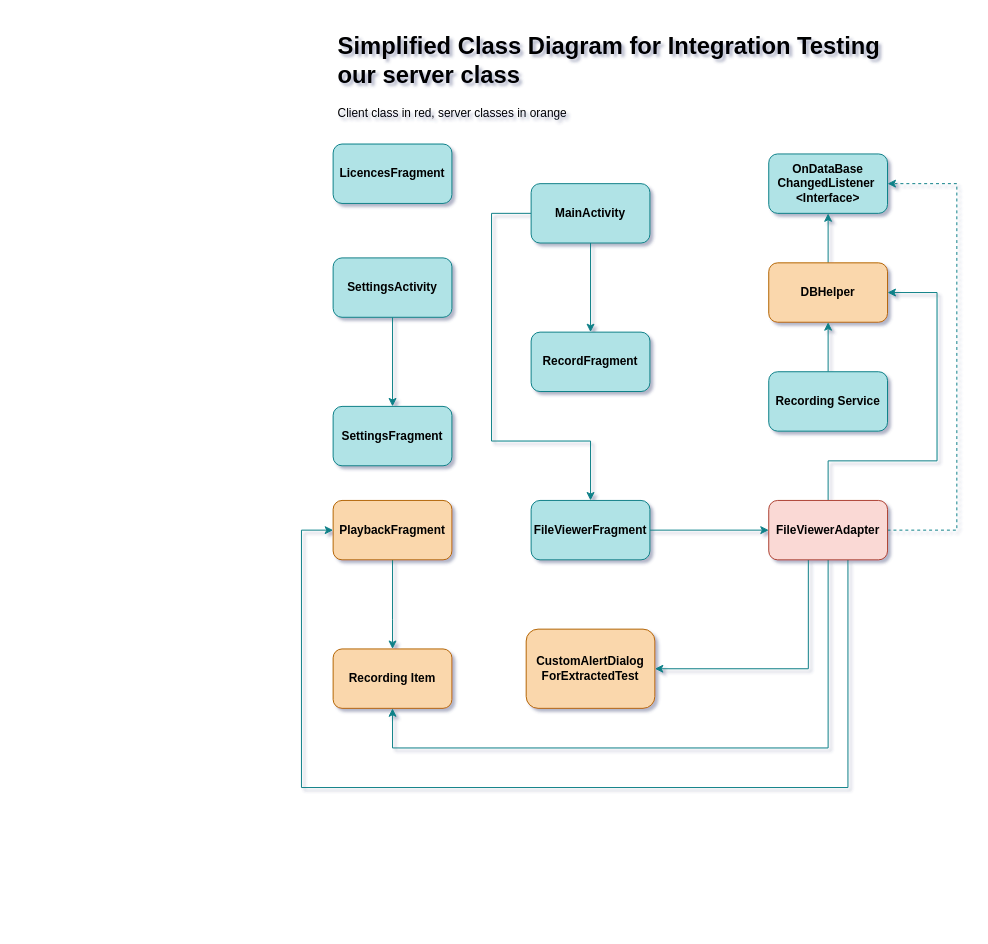
Above: page "Simplified Class Diagram" (1 of 4) of documentation/SimplifiedClassDiagram.drawio in dkim0419/SoundRecorder (draw.io), before the change. Source tidied: cells renumbered, new cells numbered last; positions are measured from the earlier drawing's top-left corner, leaving out a move shared by most shapes. Both pictures are drawn from the tidied source at 99%, with x=0, y=0 at pixel (301, 27).
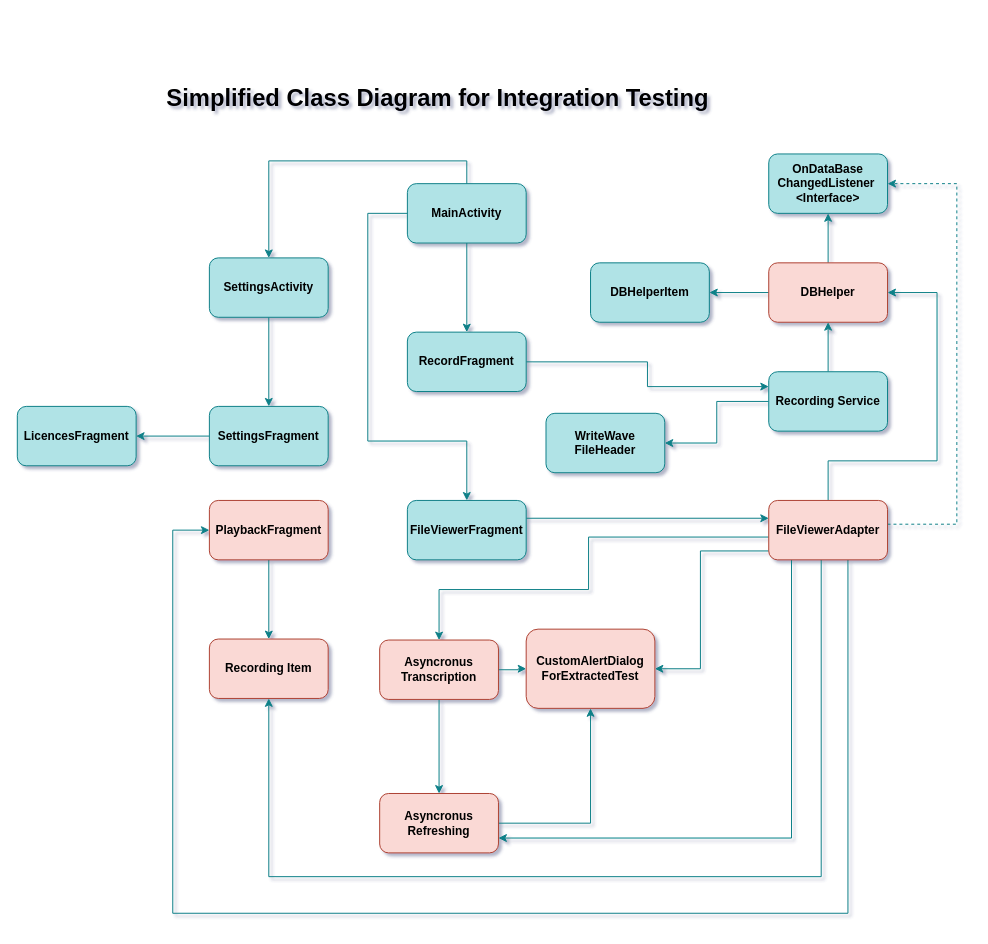
The same diagram, later.

The change refers to these unchanged cells:
```xml
<mxCell id="8" value="FileViewerAdapter" style="rounded=1;whiteSpace=wrap;html=1;fillColor=#fad9d5;strokeColor=#ae4132;fontStyle=1;shadow=0;" parent="1" vertex="1">
  <mxGeometry x="472" y="478" width="120" height="60" as="geometry" />
</mxCell>
<mxCell id="13" value="Recording Service" style="rounded=1;whiteSpace=wrap;html=1;fillColor=#b0e3e6;strokeColor=#0e8088;fontStyle=1;shadow=0;" parent="1" vertex="1">
  <mxGeometry x="472" y="348" width="120" height="60" as="geometry" />
</mxCell>
<mxCell id="20" value="OnDataBase&lt;br&gt;ChangedListener&amp;nbsp;&lt;br&gt;&amp;lt;Interface&amp;gt;" style="rounded=1;whiteSpace=wrap;html=1;fillColor=#b0e3e6;strokeColor=#0e8088;fontStyle=1;shadow=0;" parent="1" vertex="1">
  <mxGeometry x="472" y="128" width="120" height="60" as="geometry" />
</mxCell>
```

Diff of the diagram source:
```diff
@@
-    <mxCell id="2" value="Recording Item" style="rounded=1;whiteSpace=wrap;html=1;fillColor=#fad7ac;strokeColor=#b46504;fontStyle=1;shadow=0;" parent="1" vertex="1">
-      <mxGeometry x="32" y="628" width="120" height="60" as="geometry" />
+    <mxCell id="2" value="Recording Item" style="rounded=1;whiteSpace=wrap;html=1;fillColor=#fad9d5;strokeColor=#ae4132;fontStyle=1;shadow=0;" parent="1" vertex="1">
+      <mxGeometry x="-93" y="618" width="120" height="60" as="geometry" />
     </mxCell>
@@
     <mxCell id="4" style="edgeStyle=orthogonalEdgeStyle;rounded=0;jettySize=auto;html=1;entryX=1;entryY=0.5;entryDx=0;entryDy=0;fillColor=#b0e3e6;strokeColor=#0e8088;shadow=0;" parent="1" edge="1" source="8" target="11">
       <mxGeometry relative="1" as="geometry">
         <Array as="points">
-          <mxPoint x="512" y="648" />
+          <mxPoint x="403" y="529" />
+          <mxPoint x="403" y="648" />
         </Array>
       </mxGeometry>
     </mxCell>
     <mxCell id="5" style="edgeStyle=orthogonalEdgeStyle;rounded=0;jettySize=auto;html=1;fillColor=#b0e3e6;strokeColor=#0e8088;shadow=0;" parent="1" edge="1" source="8" target="2">
       <mxGeometry relative="1" as="geometry">
         <Array as="points">
-          <mxPoint x="532" y="728" />
-          <mxPoint x="92" y="728" />
+          <mxPoint x="525" y="858" />
+          <mxPoint x="-33" y="858" />
         </Array>
       </mxGeometry>
     </mxCell>
     <mxCell id="6" style="edgeStyle=orthogonalEdgeStyle;rounded=0;jettySize=auto;html=1;fillColor=#b0e3e6;strokeColor=#0e8088;shadow=0;" parent="1" edge="1" source="8" target="17">
       <mxGeometry relative="1" as="geometry">
         <Array as="points">
-          <mxPoint x="552" y="768" />
-          <mxPoint y="768" />
-          <mxPoint y="508" />
+          <mxPoint x="552" y="895" />
+          <mxPoint x="-130" y="895" />
+          <mxPoint x="-130" y="508" />
         </Array>
       </mxGeometry>
     </mxCell>
     <mxCell id="7" style="edgeStyle=orthogonalEdgeStyle;rounded=0;jettySize=auto;html=1;dashed=1;fillColor=#b0e3e6;strokeColor=#0e8088;shadow=0;" parent="1" edge="1" source="8" target="20">
       <mxGeometry relative="1" as="geometry">
         <Array as="points">
-          <mxPoint x="662" y="508" />
+          <mxPoint x="662" y="502" />
           <mxPoint x="662" y="158" />
         </Array>
       </mxGeometry>
     </mxCell>
+    <mxCell id="28" style="edgeStyle=orthogonalEdgeStyle;rounded=0;jettySize=auto;html=1;entryX=1;entryY=0.75;entryDx=0;entryDy=0;fillColor=#b0e3e6;strokeColor=#0e8088;" parent="1" edge="1" source="8" target="37">
+      <mxGeometry relative="1" as="geometry">
+        <Array as="points">
+          <mxPoint x="495" y="819" />
+        </Array>
+      </mxGeometry>
+    </mxCell>
+    <mxCell id="29" style="edgeStyle=orthogonalEdgeStyle;rounded=0;jettySize=auto;html=1;endArrow=classic;endFill=1;endSize=6;strokeWidth=1;fillColor=#b0e3e6;strokeColor=#0e8088;" parent="1" edge="1" source="8" target="40">
+      <mxGeometry relative="1" as="geometry">
+        <Array as="points">
+          <mxPoint x="290" y="515" />
+          <mxPoint x="290" y="568" />
+          <mxPoint x="139" y="568" />
+        </Array>
+      </mxGeometry>
+    </mxCell>
@@
+    <mxCell id="30" style="edgeStyle=orthogonalEdgeStyle;rounded=0;jettySize=auto;html=1;fillColor=#b0e3e6;strokeColor=#0e8088;" parent="1" edge="1" source="10" target="41">
+      <mxGeometry relative="1" as="geometry" />
+    </mxCell>
-    <mxCell id="10" value="DBHelper" style="rounded=1;whiteSpace=wrap;html=1;fillColor=#fad7ac;strokeColor=#b46504;fontStyle=1;shadow=0;" parent="1" vertex="1">
+    <mxCell id="10" value="DBHelper" style="rounded=1;whiteSpace=wrap;html=1;fillColor=#fad9d5;strokeColor=#ae4132;fontStyle=1;shadow=0;" parent="1" vertex="1">
       <mxGeometry x="472" y="238" width="120" height="60" as="geometry" />
     </mxCell>
-    <mxCell id="11" value="CustomAlertDialog&lt;br&gt;ForExtractedTest" style="rounded=1;whiteSpace=wrap;html=1;fillColor=#fad7ac;strokeColor=#b46504;fontStyle=1;shadow=0;" parent="1" vertex="1">
+    <mxCell id="11" value="CustomAlertDialog&lt;br&gt;ForExtractedTest" style="rounded=1;whiteSpace=wrap;html=1;fillColor=#fad9d5;strokeColor=#ae4132;fontStyle=1;shadow=0;" parent="1" vertex="1">
       <mxGeometry x="227" y="608" width="130" height="80" as="geometry" />
     </mxCell>
@@
+    <mxCell id="31" style="edgeStyle=orthogonalEdgeStyle;rounded=0;jettySize=auto;html=1;fillColor=#b0e3e6;strokeColor=#0e8088;" parent="1" edge="1" source="13" target="35">
+      <mxGeometry relative="1" as="geometry" />
+    </mxCell>
@@
     <mxCell id="15" value="SettingsActivity" style="rounded=1;whiteSpace=wrap;html=1;fillColor=#b0e3e6;strokeColor=#0e8088;fontStyle=1;shadow=0;" parent="1" vertex="1">
-      <mxGeometry x="32" y="233" width="120" height="60" as="geometry" />
+      <mxGeometry x="-93" y="233" width="120" height="60" as="geometry" />
     </mxCell>
-    <mxCell id="16" style="edgeStyle=orthogonalEdgeStyle;rounded=0;jettySize=auto;html=1;exitX=0.5;exitY=1;exitDx=0;exitDy=0;fillColor=#b0e3e6;strokeColor=#0e8088;fontStyle=1;shadow=0;" parent="1" edge="1" source="17" target="2">
-      <mxGeometry relative="1" as="geometry">
-        <Array as="points">
-          <mxPoint x="92" y="598" />
-          <mxPoint x="92" y="598" />
-        </Array>
-      </mxGeometry>
+    <mxCell id="16" style="edgeStyle=orthogonalEdgeStyle;rounded=0;jettySize=auto;html=1;fillColor=#b0e3e6;strokeColor=#0e8088;" parent="1" edge="1" source="17" target="2">
+      <mxGeometry relative="1" as="geometry" />
     </mxCell>
-    <mxCell id="17" value="PlaybackFragment" style="rounded=1;whiteSpace=wrap;html=1;fillColor=#fad7ac;strokeColor=#b46504;fontStyle=1;shadow=0;" parent="1" vertex="1">
-      <mxGeometry x="32" y="478" width="120" height="60" as="geometry" />
+    <mxCell id="17" value="PlaybackFragment" style="rounded=1;whiteSpace=wrap;html=1;fillColor=#fad9d5;strokeColor=#ae4132;fontStyle=1;shadow=0;" parent="1" vertex="1">
+      <mxGeometry x="-93" y="478" width="120" height="60" as="geometry" />
     </mxCell>
-    <mxCell id="18" style="edgeStyle=orthogonalEdgeStyle;rounded=0;jettySize=auto;html=1;entryX=0;entryY=0.5;entryDx=0;entryDy=0;fillColor=#b0e3e6;strokeColor=#0e8088;fontStyle=1;shadow=0;" parent="1" edge="1" source="19" target="8">
-      <mxGeometry relative="1" as="geometry" />
+    <mxCell id="18" style="edgeStyle=orthogonalEdgeStyle;rounded=0;jettySize=auto;html=1;fillColor=#b0e3e6;strokeColor=#0e8088;fontStyle=1;shadow=0;" parent="1" edge="1" source="19">
+      <mxGeometry relative="1" as="geometry">
+        <mxPoint x="472" y="496" as="targetPoint" />
+        <Array as="points">
+          <mxPoint x="472" y="496" />
+        </Array>
+      </mxGeometry>
     </mxCell>
     <mxCell id="19" value="FileViewerFragment" style="rounded=1;whiteSpace=wrap;html=1;fillColor=#b0e3e6;strokeColor=#0e8088;fontStyle=1;shadow=0;" parent="1" vertex="1">
-      <mxGeometry x="232" y="478" width="120" height="60" as="geometry" />
+      <mxGeometry x="107" y="478" width="120" height="60" as="geometry" />
     </mxCell>
@@
     <mxCell id="22" style="edgeStyle=orthogonalEdgeStyle;rounded=0;jettySize=auto;html=1;entryX=0.5;entryY=0;entryDx=0;entryDy=0;fillColor=#b0e3e6;strokeColor=#0e8088;fontStyle=1;shadow=0;" parent="1" edge="1" source="23" target="19">
       <mxGeometry relative="1" as="geometry">
         <Array as="points">
-          <mxPoint x="192" y="188" />
-          <mxPoint x="192" y="418" />
-          <mxPoint x="292" y="418" />
+          <mxPoint x="67" y="188" />
+          <mxPoint x="67" y="418" />
+          <mxPoint x="167" y="418" />
         </Array>
       </mxGeometry>
     </mxCell>
+    <mxCell id="32" style="edgeStyle=orthogonalEdgeStyle;rounded=0;jettySize=auto;html=1;exitX=0;exitY=0.5;exitDx=0;exitDy=0;fillColor=#b0e3e6;strokeColor=#0e8088;" parent="1" edge="1" source="23" target="15">
+      <mxGeometry relative="1" as="geometry">
+        <Array as="points">
+          <mxPoint x="167" y="188" />
+          <mxPoint x="167" y="135" />
+          <mxPoint x="-33" y="135" />
+        </Array>
+      </mxGeometry>
+    </mxCell>
     <mxCell id="23" value="MainActivity" style="rounded=1;whiteSpace=wrap;html=1;fillColor=#b0e3e6;strokeColor=#0e8088;fontStyle=1;shadow=0;" parent="1" vertex="1">
-      <mxGeometry x="232" y="158" width="120" height="60" as="geometry" />
+      <mxGeometry x="107" y="158" width="120" height="60" as="geometry" />
     </mxCell>
+    <mxCell id="33" style="edgeStyle=orthogonalEdgeStyle;rounded=0;jettySize=auto;html=1;entryX=1;entryY=0.5;entryDx=0;entryDy=0;fillColor=#b0e3e6;strokeColor=#0e8088;" parent="1" edge="1" source="24" target="26">
+      <mxGeometry relative="1" as="geometry" />
+    </mxCell>
     <mxCell id="24" value="SettingsFragment" style="rounded=1;whiteSpace=wrap;html=1;fillColor=#b0e3e6;strokeColor=#0e8088;fontStyle=1;shadow=0;" parent="1" vertex="1">
-      <mxGeometry x="32" y="383" width="120" height="60" as="geometry" />
+      <mxGeometry x="-93" y="383" width="120" height="60" as="geometry" />
     </mxCell>
+    <mxCell id="34" style="edgeStyle=orthogonalEdgeStyle;rounded=0;jettySize=auto;html=1;entryX=0;entryY=0.25;entryDx=0;entryDy=0;fillColor=#b0e3e6;strokeColor=#0e8088;" parent="1" edge="1" source="25" target="13">
+      <mxGeometry relative="1" as="geometry" />
+    </mxCell>
     <mxCell id="25" value="RecordFragment" style="rounded=1;whiteSpace=wrap;html=1;fillColor=#b0e3e6;strokeColor=#0e8088;fontStyle=1;shadow=0;" parent="1" vertex="1">
-      <mxGeometry x="232" y="308" width="120" height="60" as="geometry" />
+      <mxGeometry x="107" y="308" width="120" height="60" as="geometry" />
     </mxCell>
     <mxCell id="26" value="LicencesFragment" style="rounded=1;whiteSpace=wrap;html=1;fillColor=#b0e3e6;strokeColor=#0e8088;fontStyle=1;shadow=0;" parent="1" vertex="1">
-      <mxGeometry x="32" y="118" width="120" height="60" as="geometry" />
+      <mxGeometry x="-287" y="383" width="120" height="60" as="geometry" />
     </mxCell>
-    <mxCell id="27" value="&lt;h1&gt;Simplified Class Diagram for Integration Testing our server class&lt;/h1&gt;&lt;div&gt;Client class in red, server classes in orange&lt;/div&gt;" style="text;html=1;spacing=5;spacingTop=-20;whiteSpace=wrap;overflow=hidden;rounded=1;fillColor=none;shadow=0;glass=0;" parent="1" vertex="1">
-      <mxGeometry x="32" width="593" height="97" as="geometry" />
+    <mxCell id="27" value="&lt;h1&gt;Simplified Class Diagram for Integration Testing&lt;/h1&gt;&lt;div&gt;&lt;br&gt;&lt;/div&gt;" style="text;html=1;spacing=5;spacingTop=-20;whiteSpace=wrap;overflow=hidden;rounded=1;fillColor=none;shadow=0;glass=0;" parent="1" vertex="1">
+      <mxGeometry x="-141" y="52" width="593" height="36" as="geometry" />
     </mxCell>
+    <mxCell id="35" value="WriteWave&lt;br&gt;FileHeader" style="rounded=1;whiteSpace=wrap;html=1;fillColor=#b0e3e6;strokeColor=#0e8088;fontStyle=1;shadow=0;" parent="1" vertex="1">
+      <mxGeometry x="247" y="390" width="120" height="60" as="geometry" />
+    </mxCell>
+    <mxCell id="36" style="edgeStyle=orthogonalEdgeStyle;rounded=0;jettySize=auto;html=1;entryX=0.5;entryY=1;entryDx=0;entryDy=0;fillColor=#b0e3e6;strokeColor=#0e8088;" parent="1" edge="1" source="37" target="11">
+      <mxGeometry relative="1" as="geometry" />
+    </mxCell>
+    <mxCell id="37" value="Asyncronus&lt;br&gt;Refreshing" style="rounded=1;whiteSpace=wrap;html=1;fillColor=#fad9d5;strokeColor=#ae4132;fontStyle=1;shadow=0;" parent="1" vertex="1">
+      <mxGeometry x="79" y="774" width="120" height="60" as="geometry" />
+    </mxCell>
+    <mxCell id="38" style="edgeStyle=orthogonalEdgeStyle;rounded=0;jettySize=auto;html=1;fillColor=#b0e3e6;strokeColor=#0e8088;" parent="1" edge="1" source="40" target="37">
+      <mxGeometry relative="1" as="geometry" />
+    </mxCell>
+    <mxCell id="39" style="edgeStyle=orthogonalEdgeStyle;rounded=0;jettySize=auto;html=1;fillColor=#b0e3e6;strokeColor=#0e8088;" parent="1" edge="1" source="40" target="11">
+      <mxGeometry relative="1" as="geometry" />
+    </mxCell>
+    <mxCell id="40" value="Asyncronus&lt;br&gt;Transcription" style="rounded=1;whiteSpace=wrap;html=1;fillColor=#fad9d5;strokeColor=#ae4132;fontStyle=1;shadow=0;" parent="1" vertex="1">
+      <mxGeometry x="79" y="619" width="120" height="60" as="geometry" />
+    </mxCell>
+    <mxCell id="41" value="DBHelperItem" style="rounded=1;whiteSpace=wrap;html=1;fillColor=#b0e3e6;strokeColor=#0e8088;fontStyle=1;shadow=0;" parent="1" vertex="1">
+      <mxGeometry x="292" y="238" width="120" height="60" as="geometry" />
+    </mxCell>
```
